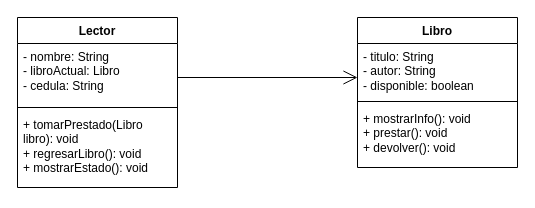
The draw.io diagram page "Página-1" (1 of 2) of src/main/java/edu/universidad/programacionintermedia/poo/agregacion/agregacion.drawio in jader-ruiz/Universidad, before the edit. Source tidied: cells renumbered, new cells numbered last; positions are measured from the earlier drawing's top-left corner, leaving out a move shared by most shapes. Both pictures are drawn from the tidied source at 100%, with x=0, y=0 at pixel (17, 17).
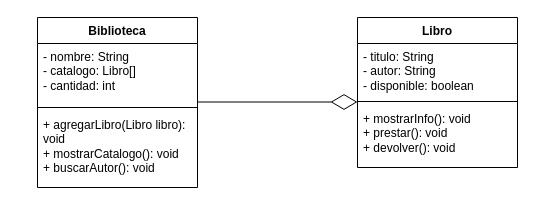
The same diagram, later.

Diff of the diagram source:
```diff
@@
 <mxGraphModel>
   <root>
     <mxCell id="0" />
     <mxCell id="1" parent="0" />
-    <mxCell id="2" value="Lector" style="swimlane;fontStyle=1;align=center;verticalAlign=top;horizontal=1;startSize=26;whiteSpace=wrap;html=1;" parent="1" vertex="1">
-      <mxGeometry width="160" height="170" as="geometry" />
+    <mxCell id="2" value="Biblioteca" style="swimlane;fontStyle=1;align=center;verticalAlign=top;horizontal=1;startSize=26;whiteSpace=wrap;html=1;" parent="1" vertex="1">
+      <mxGeometry x="20" width="160" height="170" as="geometry" />
     </mxCell>
-    <mxCell id="3" value="- nombre: String&lt;div&gt;- libroActual: Libro&lt;/div&gt;&lt;div&gt;- cedula: String&lt;/div&gt;" style="text;strokeColor=none;fillColor=none;align=left;verticalAlign=top;spacingLeft=4;spacingRight=4;overflow=hidden;whiteSpace=wrap;html=1;" parent="2" vertex="1">
+    <mxCell id="3" value="- nombre: String&lt;div&gt;- catalogo: Libro[]&lt;br&gt;&lt;/div&gt;&lt;div&gt;- cantidad: int&lt;/div&gt;" style="text;strokeColor=none;fillColor=none;align=left;verticalAlign=top;spacingLeft=4;spacingRight=4;overflow=hidden;whiteSpace=wrap;html=1;" parent="2" vertex="1">
       <mxGeometry y="26" width="160" height="60" as="geometry" />
     </mxCell>
     <mxCell id="4" style="line;strokeWidth=1;fillColor=none;align=left;verticalAlign=middle;spacingTop=-1;spacingLeft=3;spacingRight=3;labelPosition=right;strokeColor=inherit;labelPerimeter=1;" parent="2" vertex="1">
       <mxGeometry y="86" width="160" height="8" as="geometry" />
     </mxCell>
-    <mxCell id="5" value="+ tomarPrestado(Libro libro): void&lt;div&gt;+ regresarLibro(): void&lt;/div&gt;&lt;div&gt;+ mostrarEstado(): void&lt;/div&gt;" style="text;strokeColor=none;fillColor=none;align=left;verticalAlign=top;spacingLeft=4;spacingRight=4;overflow=hidden;whiteSpace=wrap;html=1;" parent="2" vertex="1">
+    <mxCell id="5" value="+ agregarLibro(Libro libro): void&lt;div&gt;+ mostrarCatalogo(): void&lt;/div&gt;&lt;div&gt;+ buscarAutor(): void&amp;nbsp;&lt;/div&gt;" style="text;strokeColor=none;fillColor=none;align=left;verticalAlign=top;spacingLeft=4;spacingRight=4;overflow=hidden;whiteSpace=wrap;html=1;" parent="2" vertex="1">
       <mxGeometry y="94" width="160" height="76" as="geometry" />
     </mxCell>
     <mxCell id="6" value="Libro" style="swimlane;fontStyle=1;align=center;verticalAlign=top;horizontal=1;startSize=26;whiteSpace=wrap;html=1;" parent="1" vertex="1">
       <mxGeometry x="340" width="160" height="150" as="geometry" />
     </mxCell>
     <mxCell id="7" value="- titulo: String&lt;div&gt;- autor: String&lt;/div&gt;&lt;div&gt;- disponible: boolean&lt;/div&gt;" style="text;strokeColor=none;fillColor=none;align=left;verticalAlign=top;spacingLeft=4;spacingRight=4;overflow=hidden;whiteSpace=wrap;html=1;" parent="6" vertex="1">
       <mxGeometry y="26" width="160" height="54" as="geometry" />
     </mxCell>
     <mxCell id="8" style="line;strokeWidth=1;fillColor=none;align=left;verticalAlign=middle;spacingTop=-1;spacingLeft=3;spacingRight=3;labelPosition=right;strokeColor=inherit;labelPerimeter=1;" parent="6" vertex="1">
       <mxGeometry y="80" width="160" height="8" as="geometry" />
     </mxCell>
     <mxCell id="9" value="&lt;div&gt;+ mostrarInfo(): void&lt;/div&gt;+ prestar(): void&lt;div&gt;+ devolver(): void&lt;/div&gt;" style="text;strokeColor=none;fillColor=none;align=left;verticalAlign=top;spacingLeft=4;spacingRight=4;overflow=hidden;whiteSpace=wrap;html=1;" parent="6" vertex="1">
       <mxGeometry y="88" width="160" height="62" as="geometry" />
     </mxCell>
-    <mxCell id="10" style="endArrow=open;endFill=1;endSize=12;html=1;rounded=0;defaultLabelBackgroundColor=page;" parent="1" edge="1">
-      <mxGeometry relative="1" as="geometry">
-        <mxPoint x="160" y="60" as="sourcePoint" />
-        <mxPoint x="340" y="60" as="targetPoint" />
-      </mxGeometry>
-    </mxCell>
+    <mxCell id="11" style="endArrow=diamondThin;endFill=0;endSize=24;html=1;rounded=0;defaultLabelBackgroundColor=page;" parent="1" edge="1">
+      <mxGeometry relative="1" as="geometry">
+        <mxPoint x="180" y="84.5" as="sourcePoint" />
+        <mxPoint x="340" y="84.5" as="targetPoint" />
+      </mxGeometry>
+    </mxCell>
   </root>
 </mxGraphModel>
```
